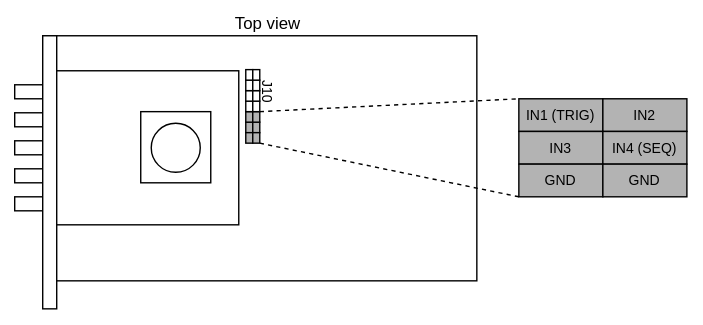
This is docs/User/InstrumentSpecific/ETH_FPGA_connector.drawio.svg from sqdlab/SQDToolz, a draw.io export, as it was before one commit. Source tidied: cells renumbered, new cells last; positions are measured from the earlier drawing's top-left corner, leaving out a move shared by most shapes. Source of this version:
```xml
<mxGraphModel>
  <root>
    <mxCell id="0" />
    <mxCell id="1" parent="0" />
    <mxCell id="2" style="rounded=0;whiteSpace=wrap;html=1;strokeColor=none;" parent="1" vertex="1">
      <mxGeometry width="500" height="230" as="geometry" />
    </mxCell>
    <mxCell id="3" style="rounded=0;whiteSpace=wrap;html=1;" parent="1" vertex="1">
      <mxGeometry x="30" y="25" width="310" height="175" as="geometry" />
    </mxCell>
    <mxCell id="4" value="J10" style="text;html=1;strokeColor=none;fillColor=none;align=center;verticalAlign=middle;whiteSpace=wrap;rounded=0;fontSize=10;rotation=90;" parent="1" vertex="1">
      <mxGeometry x="175" y="58.3" width="31.6" height="13.4" as="geometry" />
    </mxCell>
    <mxCell id="5" style="rounded=0;whiteSpace=wrap;html=1;" parent="1" vertex="1">
      <mxGeometry x="30" y="50" width="140" height="110" as="geometry" />
    </mxCell>
    <mxCell id="6" style="rounded=0;whiteSpace=wrap;html=1;" parent="1" vertex="1">
      <mxGeometry x="10" y="60" width="20" height="10" as="geometry" />
    </mxCell>
    <mxCell id="7" style="rounded=0;whiteSpace=wrap;html=1;" parent="1" vertex="1">
      <mxGeometry x="10" y="80" width="20" height="10" as="geometry" />
    </mxCell>
    <mxCell id="8" style="rounded=0;whiteSpace=wrap;html=1;" parent="1" vertex="1">
      <mxGeometry x="10" y="100" width="20" height="10" as="geometry" />
    </mxCell>
    <mxCell id="9" style="rounded=0;whiteSpace=wrap;html=1;" parent="1" vertex="1">
      <mxGeometry x="10" y="120" width="20" height="10" as="geometry" />
    </mxCell>
    <mxCell id="10" style="rounded=0;whiteSpace=wrap;html=1;" parent="1" vertex="1">
      <mxGeometry x="10" y="140" width="20" height="10" as="geometry" />
    </mxCell>
    <mxCell id="11" style="rounded=0;whiteSpace=wrap;html=1;" parent="1" vertex="1">
      <mxGeometry x="100" y="79.2" width="50" height="50.8" as="geometry" />
    </mxCell>
    <mxCell id="12" style="ellipse;whiteSpace=wrap;html=1;" parent="1" vertex="1">
      <mxGeometry x="107.5" y="87.5" width="35" height="35" as="geometry" />
    </mxCell>
    <mxCell id="13" style="rounded=0;whiteSpace=wrap;html=1;" parent="1" vertex="1">
      <mxGeometry x="30" y="25" width="10" height="195" as="geometry" />
    </mxCell>
    <mxCell id="14" style="rounded=0;whiteSpace=wrap;html=1;fillColor=#B3B3B3;" parent="1" vertex="1">
      <mxGeometry x="175" y="86.7" width="5" height="7.5" as="geometry" />
    </mxCell>
    <mxCell id="15" style="rounded=0;whiteSpace=wrap;html=1;fillColor=#B3B3B3;" parent="1" vertex="1">
      <mxGeometry x="175" y="79.2" width="5" height="7.5" as="geometry" />
    </mxCell>
    <mxCell id="16" style="rounded=0;whiteSpace=wrap;html=1;" parent="1" vertex="1">
      <mxGeometry x="175" y="71.7" width="5" height="7.5" as="geometry" />
    </mxCell>
    <mxCell id="17" style="rounded=0;whiteSpace=wrap;html=1;" parent="1" vertex="1">
      <mxGeometry x="175" y="64.2" width="5" height="7.5" as="geometry" />
    </mxCell>
    <mxCell id="18" style="rounded=0;whiteSpace=wrap;html=1;" parent="1" vertex="1">
      <mxGeometry x="175" y="56.7" width="5" height="7.5" as="geometry" />
    </mxCell>
    <mxCell id="19" style="rounded=0;whiteSpace=wrap;html=1;" parent="1" vertex="1">
      <mxGeometry x="175" y="49.2" width="5" height="7.5" as="geometry" />
    </mxCell>
    <mxCell id="20" style="rounded=0;whiteSpace=wrap;html=1;fillColor=#B3B3B3;" parent="1" vertex="1">
      <mxGeometry x="175" y="94.2" width="5" height="7.5" as="geometry" />
    </mxCell>
    <mxCell id="21" style="rounded=0;whiteSpace=wrap;html=1;fillColor=#B3B3B3;" parent="1" vertex="1">
      <mxGeometry x="180" y="86.7" width="5" height="7.5" as="geometry" />
    </mxCell>
    <mxCell id="22" style="rounded=0;whiteSpace=wrap;html=1;fillColor=#B3B3B3;" parent="1" vertex="1">
      <mxGeometry x="180" y="79.2" width="5" height="7.5" as="geometry" />
    </mxCell>
    <mxCell id="23" style="rounded=0;whiteSpace=wrap;html=1;" parent="1" vertex="1">
      <mxGeometry x="180" y="71.7" width="5" height="7.5" as="geometry" />
    </mxCell>
    <mxCell id="24" style="rounded=0;whiteSpace=wrap;html=1;" parent="1" vertex="1">
      <mxGeometry x="180" y="64.2" width="5" height="7.5" as="geometry" />
    </mxCell>
    <mxCell id="25" style="rounded=0;whiteSpace=wrap;html=1;" parent="1" vertex="1">
      <mxGeometry x="180" y="56.7" width="5" height="7.5" as="geometry" />
    </mxCell>
    <mxCell id="26" style="rounded=0;whiteSpace=wrap;html=1;" parent="1" vertex="1">
      <mxGeometry x="180" y="49.2" width="5" height="7.5" as="geometry" />
    </mxCell>
    <mxCell id="27" style="rounded=0;whiteSpace=wrap;html=1;fillColor=#B3B3B3;" parent="1" vertex="1">
      <mxGeometry x="180" y="94.2" width="5" height="7.5" as="geometry" />
    </mxCell>
    <mxCell id="28" style="group;fontSize=10;" parent="1" vertex="1">
      <mxGeometry x="370" y="70" width="120" height="70" as="geometry" />
    </mxCell>
    <mxCell id="29" value="&lt;font style=&quot;font-size: 10px;&quot;&gt;IN1 (TRIG)&lt;/font&gt;" style="rounded=0;whiteSpace=wrap;html=1;fillColor=#B3B3B3;" parent="28" vertex="1">
      <mxGeometry width="60" height="23.3" as="geometry" />
    </mxCell>
    <mxCell id="30" value="&lt;font style=&quot;font-size: 10px;&quot;&gt;IN2&lt;/font&gt;" style="rounded=0;whiteSpace=wrap;html=1;fillColor=#B3B3B3;" parent="28" vertex="1">
      <mxGeometry x="60" width="60" height="23.3" as="geometry" />
    </mxCell>
    <mxCell id="31" value="&lt;font style=&quot;font-size: 10px;&quot;&gt;IN3&lt;/font&gt;" style="rounded=0;whiteSpace=wrap;html=1;fillColor=#B3B3B3;" parent="28" vertex="1">
      <mxGeometry y="23.3" width="60" height="23.3" as="geometry" />
    </mxCell>
    <mxCell id="32" value="&lt;font style=&quot;font-size: 10px;&quot;&gt;IN4 (SEQ)&lt;/font&gt;" style="rounded=0;whiteSpace=wrap;html=1;fillColor=#B3B3B3;" parent="28" vertex="1">
      <mxGeometry x="60" y="23.3" width="60" height="23.3" as="geometry" />
    </mxCell>
    <mxCell id="33" value="&lt;font size=&quot;1&quot;&gt;GND&lt;/font&gt;" style="rounded=0;whiteSpace=wrap;html=1;fillColor=#B3B3B3;" parent="28" vertex="1">
      <mxGeometry y="46.7" width="60" height="23.3" as="geometry" />
    </mxCell>
    <mxCell id="34" value="&lt;font style=&quot;font-size: 10px;&quot;&gt;GND&lt;/font&gt;" style="rounded=0;whiteSpace=wrap;html=1;fillColor=#B3B3B3;" parent="28" vertex="1">
      <mxGeometry x="60" y="46.7" width="60" height="23.3" as="geometry" />
    </mxCell>
    <mxCell id="35" style="endArrow=none;dashed=1;html=1;exitX=1;exitY=1;exitDx=0;exitDy=0;entryX=0;entryY=1;entryDx=0;entryDy=0;" parent="1" edge="1" source="27" target="33">
      <mxGeometry relative="1" as="geometry" />
    </mxCell>
    <mxCell id="36" style="endArrow=none;dashed=1;html=1;exitX=1;exitY=0;exitDx=0;exitDy=0;entryX=0;entryY=0;entryDx=0;entryDy=0;" parent="1" edge="1" source="22" target="29">
      <mxGeometry relative="1" as="geometry" />
    </mxCell>
    <mxCell id="37" value="Top view" style="text;html=1;strokeColor=none;fillColor=none;align=center;verticalAlign=middle;whiteSpace=wrap;rounded=0;fontSize=12;rotation=0;" parent="1" vertex="1">
      <mxGeometry x="165.8" y="10" width="50" height="13.4" as="geometry" />
    </mxCell>
  </root>
</mxGraphModel>
```
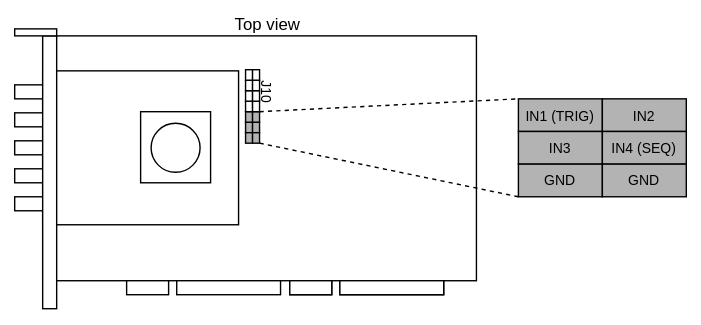
Later version of the same file.

Commit message:
Cleaned up documentation and benchmark tests for ETH-FPGA.

Change to the diagram source:
```diff
@@ -110,5 +110,26 @@
     <mxCell id="37" value="Top view" style="text;html=1;strokeColor=none;fillColor=none;align=center;verticalAlign=middle;whiteSpace=wrap;rounded=0;fontSize=12;rotation=0;" parent="1" vertex="1">
       <mxGeometry x="165.8" y="10" width="50" height="13.4" as="geometry" />
     </mxCell>
+    <mxCell id="38" style="rounded=0;whiteSpace=wrap;html=1;" parent="1" vertex="1">
+      <mxGeometry x="10" y="20" width="30" height="5" as="geometry" />
+    </mxCell>
+    <mxCell id="39" style="rounded=0;whiteSpace=wrap;html=1;" parent="1" vertex="1">
+      <mxGeometry x="90" y="200" width="30" height="10" as="geometry" />
+    </mxCell>
+    <mxCell id="40" style="rounded=0;whiteSpace=wrap;html=1;" parent="1" vertex="1">
+      <mxGeometry x="125.8" y="200" width="74.2" height="10" as="geometry" />
+    </mxCell>
+    <mxCell id="41" style="rounded=0;whiteSpace=wrap;html=1;" parent="1" vertex="1">
+      <mxGeometry x="206.6" y="200" width="30" height="10" as="geometry" />
+    </mxCell>
+    <mxCell id="42" style="rounded=0;whiteSpace=wrap;html=1;" parent="1" vertex="1">
+      <mxGeometry x="242.4" y="200" width="74.2" height="10" as="geometry" />
+    </mxCell>
+    <mxCell id="43" style="rounded=0;whiteSpace=wrap;html=1;" parent="1" vertex="1">
+      <mxGeometry x="206.6" y="200" width="30" height="10" as="geometry" />
+    </mxCell>
+    <mxCell id="44" style="rounded=0;whiteSpace=wrap;html=1;" parent="1" vertex="1">
+      <mxGeometry x="242.4" y="200" width="74.2" height="10" as="geometry" />
+    </mxCell>
   </root>
 </mxGraphModel>
```
